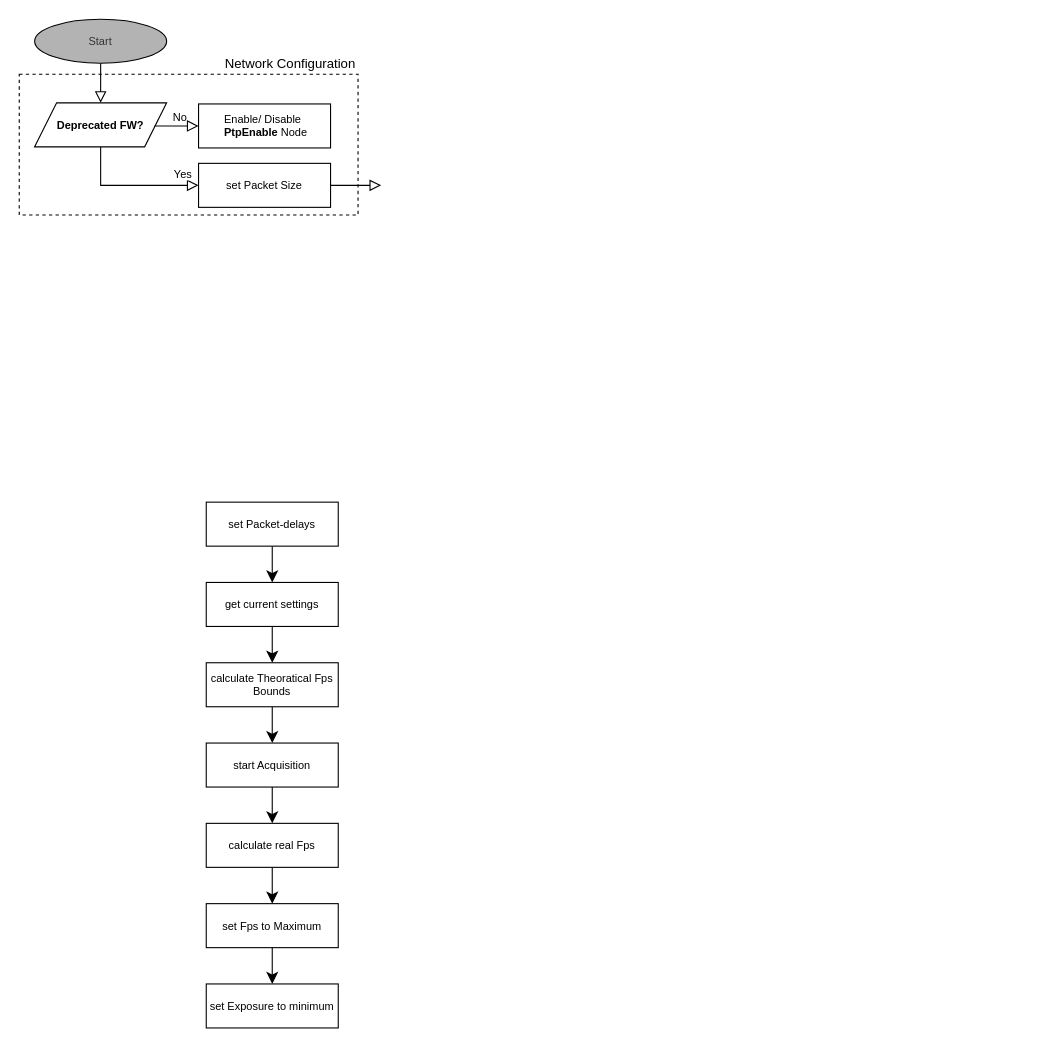
Yessminech/Bachelor_Thesis keeps this draw.io diagram as page "Bandwidth" (3 of 3) of draw.io/Untitled Diagram.drawio. Above is the earlier version. Source tidied: cells renumbered, new cells numbered last; positions are measured from the earlier drawing's top-left corner, leaving out a move shared by most shapes. Both pictures are drawn from the tidied source at 110%, with x=0, y=0 at pixel (19, 19).
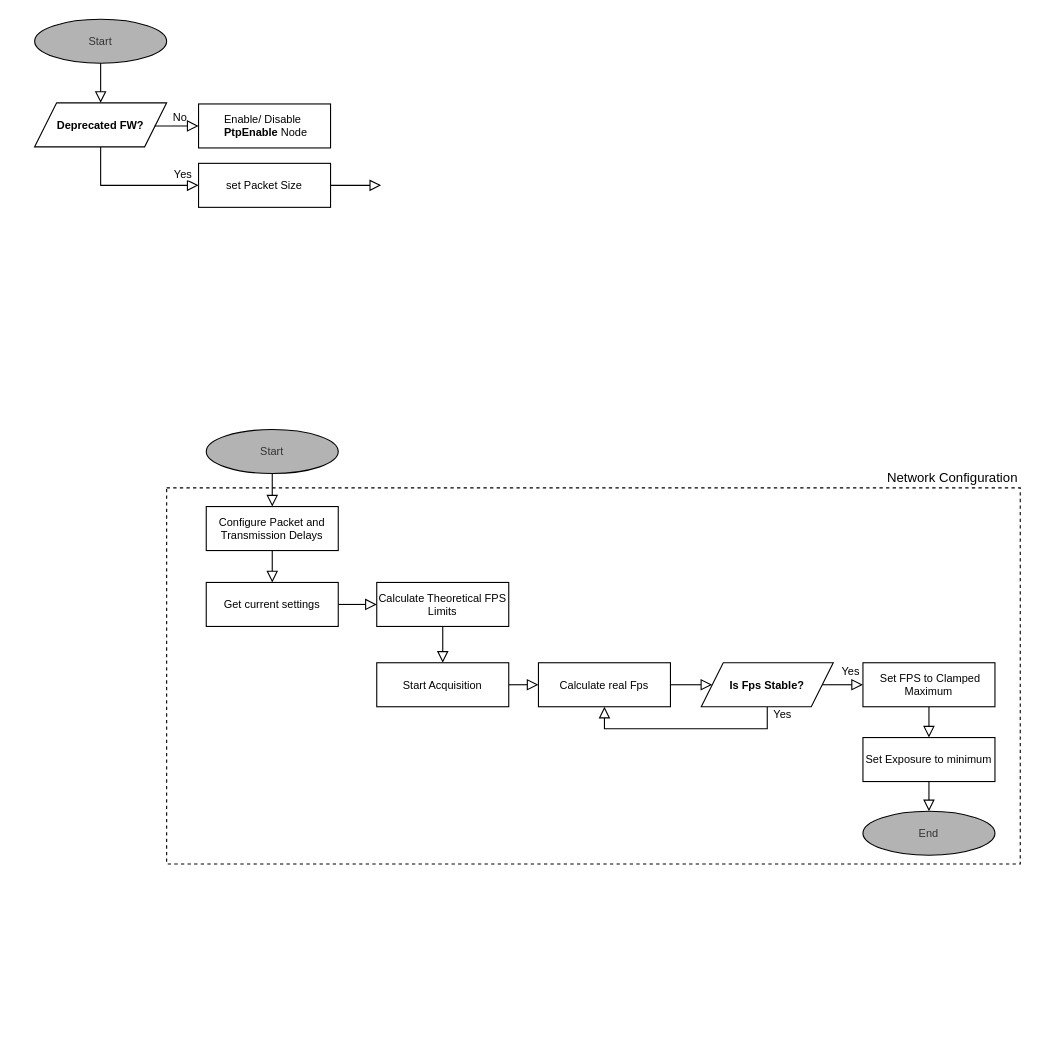
After the change.

The edit, as a diff of the source:
```diff
@@
     <mxCell id="2" value="Network Configuration" style="rounded=0;whiteSpace=wrap;html=1;dashed=1;fillColor=none;verticalAlign=bottom;labelPosition=center;verticalLabelPosition=top;align=right;" parent="1" vertex="1">
-      <mxGeometry y="50" width="308" height="128" as="geometry" />
+      <mxGeometry x="134" y="426" width="776" height="342" as="geometry" />
     </mxCell>
@@
-    <mxCell id="12" style="edgeStyle=none;curved=1;rounded=0;jettySize=auto;html=1;entryX=0.5;entryY=0;entryDx=0;entryDy=0;fontSize=12;startSize=8;endSize=8;" parent="1" edge="1" source="13" target="17">
+    <mxCell id="12" style="edgeStyle=none;curved=1;rounded=0;jettySize=auto;html=1;entryX=0.5;entryY=0;entryDx=0;entryDy=0;fontSize=12;startSize=8;endSize=8;endArrow=block;endFill=0;" parent="1" edge="1" source="13" target="17">
       <mxGeometry relative="1" as="geometry" />
     </mxCell>
-    <mxCell id="13" value="set Packet-delays" style="rounded=0;whiteSpace=wrap;html=1;fontSize=10;glass=0;strokeWidth=1;shadow=0;fontFamily=Helvetica;align=center;verticalAlign=middle;" parent="1" vertex="1">
-      <mxGeometry x="170" y="439" width="120" height="40" as="geometry" />
+    <mxCell id="13" value="Configure Packet and Transmission Delays" style="rounded=0;whiteSpace=wrap;html=1;fontSize=10;glass=0;strokeWidth=1;shadow=0;fontFamily=Helvetica;align=center;verticalAlign=middle;" parent="1" vertex="1">
+      <mxGeometry x="170" y="443" width="120" height="40" as="geometry" />
     </mxCell>
-    <mxCell id="14" style="edgeStyle=none;curved=1;rounded=0;jettySize=auto;html=1;entryX=0.5;entryY=0;entryDx=0;entryDy=0;fontSize=12;startSize=8;endSize=8;" parent="1" edge="1" source="15" target="20">
+    <mxCell id="14" style="edgeStyle=none;curved=1;rounded=0;jettySize=auto;html=1;entryX=0.5;entryY=0;entryDx=0;entryDy=0;fontSize=12;startSize=8;endSize=8;endArrow=block;endFill=0;" parent="1" edge="1" source="15" target="20">
       <mxGeometry relative="1" as="geometry" />
     </mxCell>
-    <mxCell id="15" value="calculate Theoratical Fps Bounds" style="rounded=0;whiteSpace=wrap;html=1;fontSize=10;glass=0;strokeWidth=1;shadow=0;fontFamily=Helvetica;align=center;verticalAlign=middle;" parent="1" vertex="1">
-      <mxGeometry x="170" y="585" width="120" height="40" as="geometry" />
+    <mxCell id="15" value="Calculate Theoretical FPS Limits" style="rounded=0;whiteSpace=wrap;html=1;fontSize=10;glass=0;strokeWidth=1;shadow=0;fontFamily=Helvetica;align=center;verticalAlign=middle;" parent="1" vertex="1">
+      <mxGeometry x="325" y="512" width="120" height="40" as="geometry" />
     </mxCell>
-    <mxCell id="16" style="edgeStyle=none;curved=1;rounded=0;jettySize=auto;html=1;entryX=0.5;entryY=0;entryDx=0;entryDy=0;fontSize=12;startSize=8;endSize=8;" parent="1" edge="1" source="17" target="15">
+    <mxCell id="16" style="edgeStyle=none;curved=1;rounded=0;jettySize=auto;html=1;fontSize=12;startSize=8;endSize=8;endArrow=block;endFill=0;" parent="1" edge="1" source="17" target="15">
       <mxGeometry relative="1" as="geometry" />
     </mxCell>
-    <mxCell id="17" value="get current settings" style="rounded=0;whiteSpace=wrap;html=1;fontSize=10;glass=0;strokeWidth=1;shadow=0;fontFamily=Helvetica;align=center;verticalAlign=middle;" parent="1" vertex="1">
+    <mxCell id="17" value="Get current settings" style="rounded=0;whiteSpace=wrap;html=1;fontSize=10;glass=0;strokeWidth=1;shadow=0;fontFamily=Helvetica;align=center;verticalAlign=middle;" parent="1" vertex="1">
       <mxGeometry x="170" y="512" width="120" height="40" as="geometry" />
     </mxCell>
+    <mxCell id="25" style="edgeStyle=none;curved=1;rounded=0;jettySize=auto;html=1;entryX=0.5;entryY=0;entryDx=0;entryDy=0;fontSize=12;startSize=8;endSize=8;endArrow=block;endFill=0;" parent="1" edge="1" source="18" target="29">
+      <mxGeometry relative="1" as="geometry" />
+    </mxCell>
-    <mxCell id="18" value="set Exposure to minimum" style="rounded=0;whiteSpace=wrap;html=1;fontSize=10;glass=0;strokeWidth=1;shadow=0;fontFamily=Helvetica;align=center;verticalAlign=middle;" parent="1" vertex="1">
-      <mxGeometry x="170" y="877" width="120" height="40" as="geometry" />
+    <mxCell id="18" value="Set Exposure to minimum" style="rounded=0;whiteSpace=wrap;html=1;fontSize=10;glass=0;strokeWidth=1;shadow=0;fontFamily=Helvetica;align=center;verticalAlign=middle;" parent="1" vertex="1">
+      <mxGeometry x="767" y="653" width="120" height="40" as="geometry" />
     </mxCell>
-    <mxCell id="19" style="edgeStyle=none;curved=1;rounded=0;jettySize=auto;html=1;entryX=0.5;entryY=0;entryDx=0;entryDy=0;fontSize=12;startSize=8;endSize=8;" parent="1" edge="1" source="20" target="22">
+    <mxCell id="19" style="edgeStyle=none;curved=1;rounded=0;jettySize=auto;html=1;fontSize=12;startSize=8;endSize=8;endArrow=block;endFill=0;" parent="1" edge="1" source="20" target="22">
       <mxGeometry relative="1" as="geometry" />
     </mxCell>
-    <mxCell id="20" value="start Acquisition" style="rounded=0;whiteSpace=wrap;html=1;fontSize=10;glass=0;strokeWidth=1;shadow=0;fontFamily=Helvetica;align=center;verticalAlign=middle;" parent="1" vertex="1">
-      <mxGeometry x="170" y="658" width="120" height="40" as="geometry" />
+    <mxCell id="20" value="Start Acquisition" style="rounded=0;whiteSpace=wrap;html=1;fontSize=10;glass=0;strokeWidth=1;shadow=0;fontFamily=Helvetica;align=center;verticalAlign=middle;" parent="1" vertex="1">
+      <mxGeometry x="325" y="585" width="120" height="40" as="geometry" />
     </mxCell>
-    <mxCell id="21" style="edgeStyle=none;curved=1;rounded=0;jettySize=auto;html=1;entryX=0.5;entryY=0;entryDx=0;entryDy=0;fontSize=12;startSize=8;endSize=8;" parent="1" edge="1" source="22" target="24">
-      <mxGeometry relative="1" as="geometry" />
-    </mxCell>
+    <mxCell id="26" style="edgeStyle=none;curved=1;rounded=0;jettySize=auto;html=1;fontSize=12;startSize=8;endSize=8;endArrow=block;endFill=0;" parent="1" edge="1" source="22" target="32">
+      <mxGeometry relative="1" as="geometry" />
+    </mxCell>
-    <mxCell id="22" value="calculate real Fps" style="rounded=0;whiteSpace=wrap;html=1;fontSize=10;glass=0;strokeWidth=1;shadow=0;fontFamily=Helvetica;align=center;verticalAlign=middle;" parent="1" vertex="1">
-      <mxGeometry x="170" y="731" width="120" height="40" as="geometry" />
+    <mxCell id="22" value="Calculate real Fps" style="rounded=0;whiteSpace=wrap;html=1;fontSize=10;glass=0;strokeWidth=1;shadow=0;fontFamily=Helvetica;align=center;verticalAlign=middle;" parent="1" vertex="1">
+      <mxGeometry x="472" y="585" width="120" height="40" as="geometry" />
     </mxCell>
-    <mxCell id="23" style="edgeStyle=none;curved=1;rounded=0;jettySize=auto;html=1;fontSize=12;startSize=8;endSize=8;" parent="1" edge="1" source="24" target="18">
+    <mxCell id="23" style="edgeStyle=none;curved=1;rounded=0;jettySize=auto;html=1;fontSize=12;startSize=8;endSize=8;endArrow=block;endFill=0;" parent="1" edge="1" source="24" target="18">
       <mxGeometry relative="1" as="geometry" />
     </mxCell>
-    <mxCell id="24" value="set Fps to Maximum" style="rounded=0;whiteSpace=wrap;html=1;fontSize=10;glass=0;strokeWidth=1;shadow=0;fontFamily=Helvetica;align=center;verticalAlign=middle;" parent="1" vertex="1">
-      <mxGeometry x="170" y="804" width="120" height="40" as="geometry" />
+    <mxCell id="24" value="&lt;div&gt;&amp;nbsp;Set FPS to Clamped Maximum&lt;/div&gt;" style="rounded=0;whiteSpace=wrap;html=1;fontSize=10;glass=0;strokeWidth=1;shadow=0;fontFamily=Helvetica;align=center;verticalAlign=middle;" parent="1" vertex="1">
+      <mxGeometry x="767" y="585" width="120" height="40" as="geometry" />
     </mxCell>
+    <mxCell id="27" style="edgeStyle=none;curved=1;rounded=0;jettySize=auto;html=1;entryX=0.5;entryY=0;entryDx=0;entryDy=0;fontSize=12;startSize=8;endSize=8;endArrow=block;endFill=0;" parent="1" edge="1" source="28" target="13">
+      <mxGeometry relative="1" as="geometry" />
+    </mxCell>
+    <mxCell id="28" value="Start" style="ellipse;whiteSpace=wrap;html=1;fillColor=#B3B3B3;fontColor=#333333;strokeColor=default;align=center;verticalAlign=middle;fontSize=10;" parent="1" vertex="1">
+      <mxGeometry x="170" y="373" width="120" height="40" as="geometry" />
+    </mxCell>
+    <mxCell id="29" value="End" style="ellipse;whiteSpace=wrap;html=1;fillColor=#B3B3B3;fontColor=#333333;strokeColor=default;align=center;verticalAlign=middle;fontSize=10;" parent="1" vertex="1">
+      <mxGeometry x="767" y="720" width="120" height="40" as="geometry" />
+    </mxCell>
+    <mxCell id="30" style="edgeStyle=none;curved=1;rounded=0;jettySize=auto;html=1;fontSize=12;startSize=8;endSize=8;endArrow=block;endFill=0;" parent="1" edge="1" source="32" target="24">
+      <mxGeometry relative="1" as="geometry" />
+    </mxCell>
+    <mxCell id="31" style="edgeStyle=orthogonalEdgeStyle;rounded=0;jettySize=auto;html=1;entryX=0.5;entryY=1;entryDx=0;entryDy=0;fontSize=12;startSize=8;endSize=8;exitX=0.5;exitY=1;exitDx=0;exitDy=0;endArrow=block;endFill=0;" parent="1" edge="1" source="32" target="22">
+      <mxGeometry relative="1" as="geometry" />
+    </mxCell>
+    <mxCell id="32" value="Is Fps Stable?" style="shape=parallelogram;perimeter=parallelogramPerimeter;whiteSpace=wrap;html=1;fixedSize=1;align=center;verticalAlign=middle;fontSize=10;fontStyle=1;" parent="1" vertex="1">
+      <mxGeometry x="620" y="585" width="120" height="40" as="geometry" />
+    </mxCell>
+    <mxCell id="33" value="&lt;span style=&quot;color: rgb(0, 0, 0); font-family: Helvetica; font-size: 10px; font-style: normal; font-variant-ligatures: normal; font-variant-caps: normal; font-weight: 400; letter-spacing: normal; orphans: 2; text-align: center; text-indent: 0px; text-transform: none; widows: 2; word-spacing: 0px; -webkit-text-stroke-width: 0px; white-space: nowrap; text-decoration-thickness: initial; text-decoration-style: initial; text-decoration-color: initial; float: none; background-color: rgb(255, 255, 255); display: inline !important;&quot;&gt;Yes&lt;/span&gt;" style="text;whiteSpace=wrap;html=1;" parent="1" vertex="1">
+      <mxGeometry x="746" y="579" width="41" height="36" as="geometry" />
+    </mxCell>
+    <mxCell id="34" value="&lt;span style=&quot;color: rgb(0, 0, 0); font-family: Helvetica; font-size: 10px; font-style: normal; font-variant-ligatures: normal; font-variant-caps: normal; font-weight: 400; letter-spacing: normal; orphans: 2; text-align: center; text-indent: 0px; text-transform: none; widows: 2; word-spacing: 0px; -webkit-text-stroke-width: 0px; white-space: nowrap; text-decoration-thickness: initial; text-decoration-style: initial; text-decoration-color: initial; float: none; background-color: rgb(255, 255, 255); display: inline !important;&quot;&gt;Yes&lt;/span&gt;" style="text;whiteSpace=wrap;html=1;" parent="1" vertex="1">
+      <mxGeometry x="684" y="618" width="41" height="36" as="geometry" />
+    </mxCell>
```
